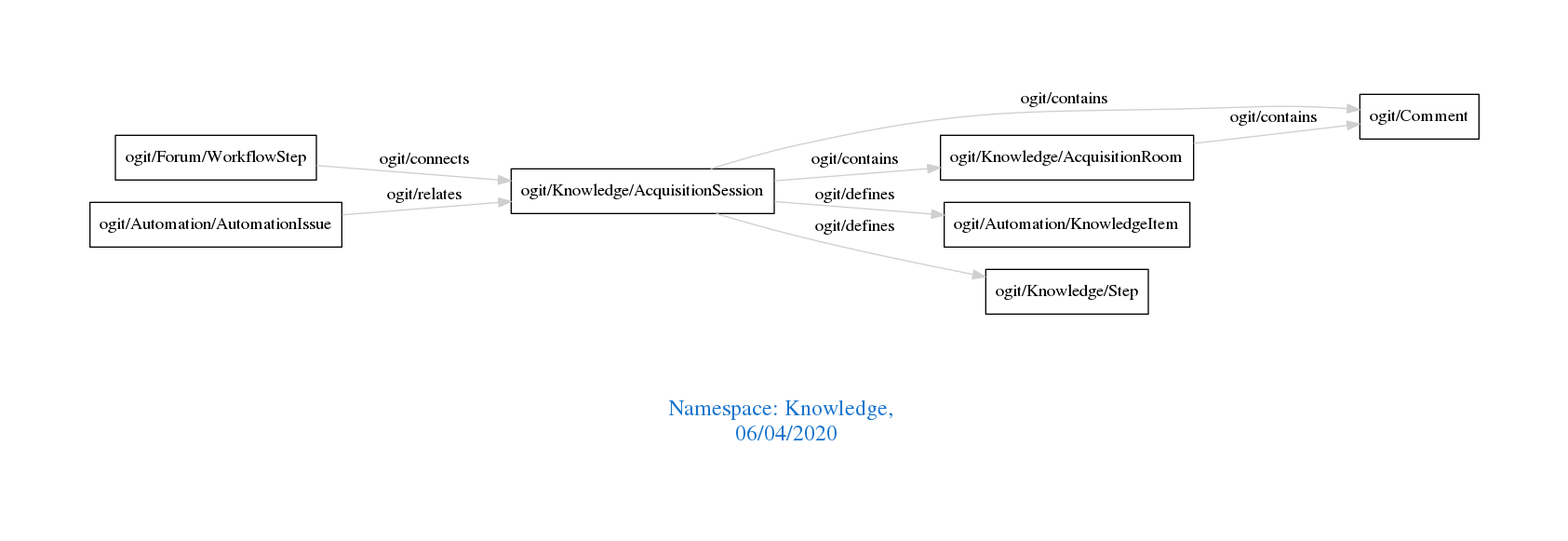
Before: downloads/Knowledge.png, a diagram exported from Graphviz (arago/OGIT). Its source is kept beside it as downloads/Knowledge.dot.
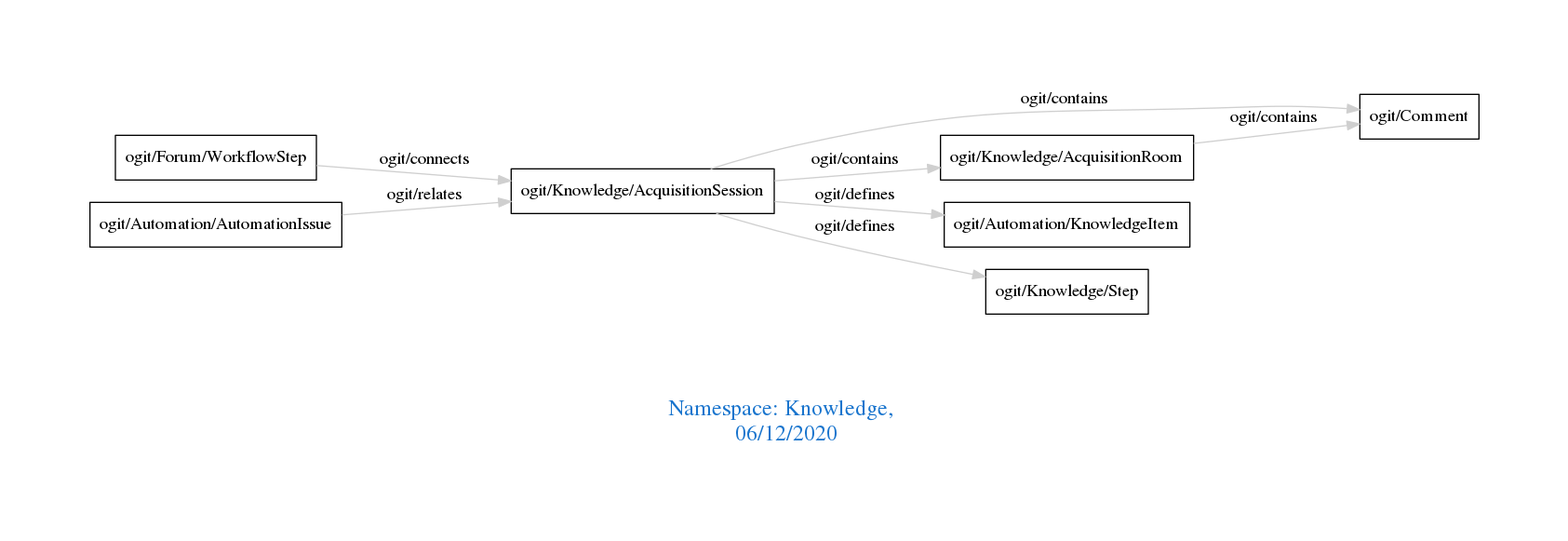
After the commit.

Diff of the diagram source:
```diff
@@ -1,7 +1,7 @@
 digraph OGIT_ontology {
  graph [ rankdir= LR,pad=1
 fontsize = 18,
-fontcolor= dodgerblue3,label = "\n\n\nNamespace: Knowledge, \n 06/04/2020"];
+fontcolor= dodgerblue3,label = "\n\n\nNamespace: Knowledge, \n 06/12/2020"];
 node[shape=polygon];
 edge [  color="gray81"];
 
```
